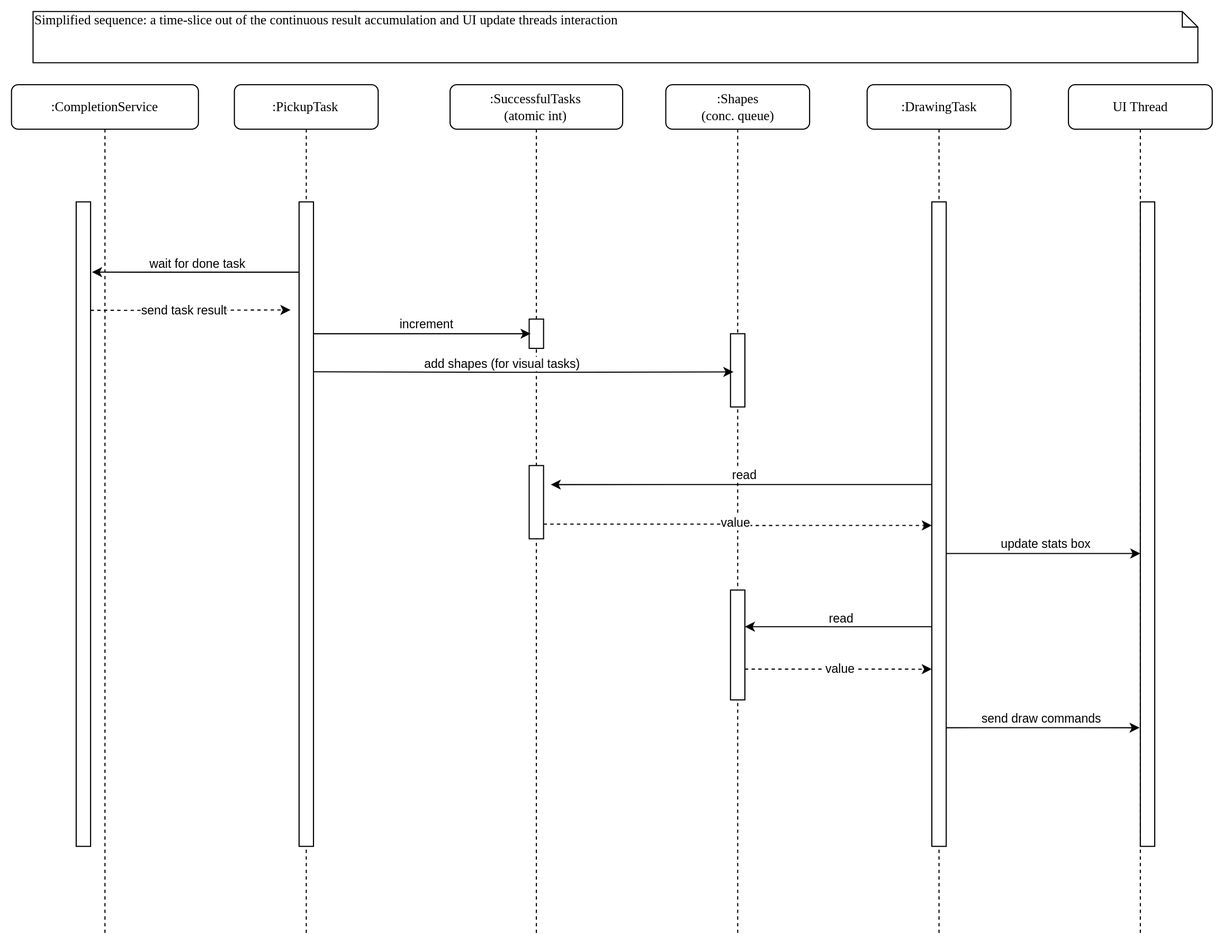
This is images/threadoff-result-handling.svg from cdonhofer/ThreadOff, a draw.io export, as it was before one commit. Source tidied: cells renumbered, new cells last; positions are measured from the earlier drawing's top-left corner, leaving out a move shared by most shapes.
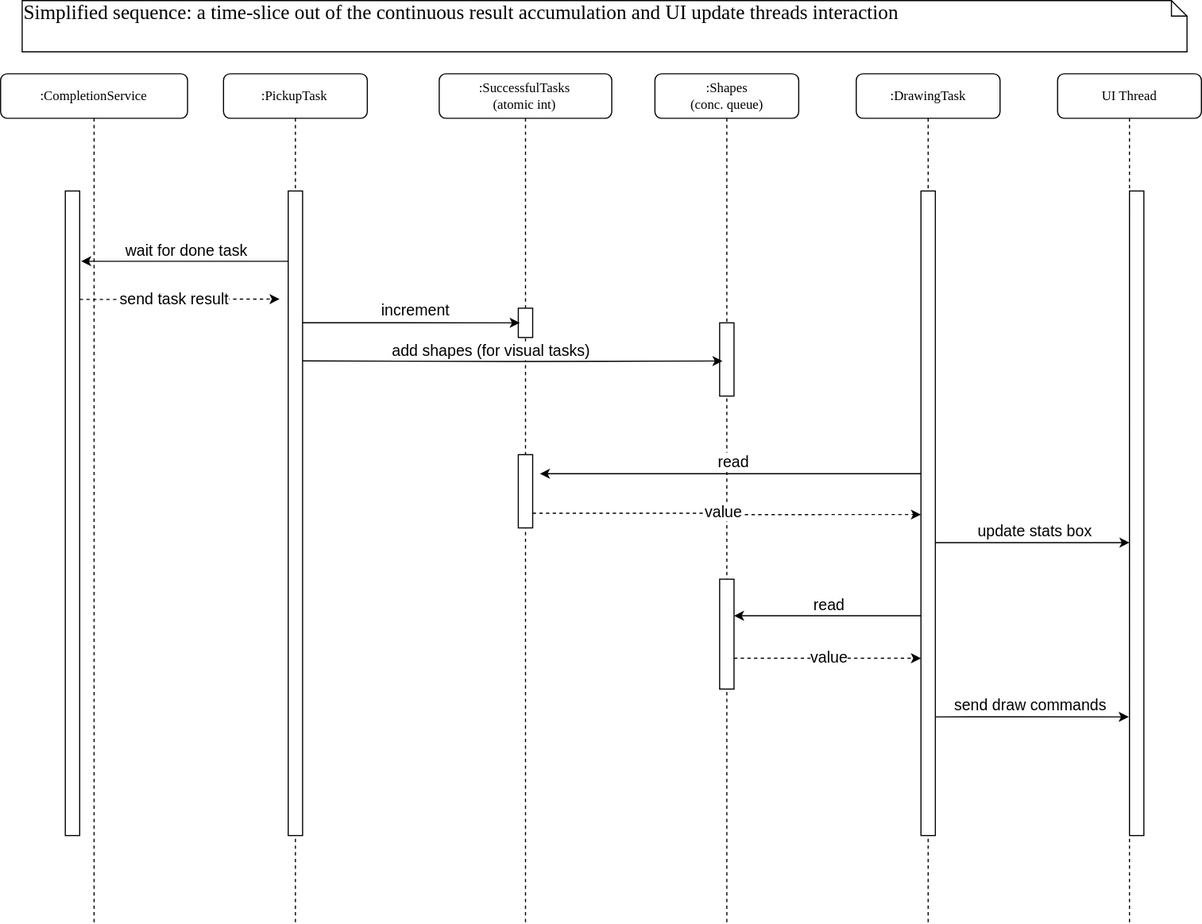
Above is the later version.

Diff of the diagram source:
```diff
@@ -44,7 +44,7 @@
     <mxCell id="15" style="html=1;points=[];perimeter=orthogonalPerimeter;rounded=0;shadow=0;comic=0;labelBackgroundColor=none;strokeWidth=1;fontFamily=Verdana;fontSize=12;align=center;" parent="1" vertex="1">
       <mxGeometry x="1015.3" y="171.3" width="12.9" height="579.7" as="geometry" />
     </mxCell>
-    <mxCell id="16" value="Simplified sequence: a time-slice out of the continuous result accumulation and UI update threads interaction" style="shape=note;whiteSpace=wrap;html=1;size=14;verticalAlign=top;align=left;spacingTop=-6;rounded=0;shadow=0;comic=0;labelBackgroundColor=none;strokeWidth=1;fontFamily=Verdana;fontSize=12;" parent="1" vertex="1">
+    <mxCell id="16" value="&lt;font style=&quot;font-size: 18px;&quot;&gt;Simplified sequence: a time-slice out of the continuous result accumulation and UI update threads interaction&lt;/font&gt;" style="shape=note;whiteSpace=wrap;html=1;size=14;verticalAlign=top;align=left;spacingTop=-6;rounded=0;shadow=0;comic=0;labelBackgroundColor=none;strokeWidth=1;fontFamily=Verdana;fontSize=12;" parent="1" vertex="1">
       <mxGeometry x="19.4" width="1047.7" height="46.1" as="geometry" />
     </mxCell>
     <mxCell id="17" style="edgeStyle=orthogonalEdgeStyle;rounded=0;orthogonalLoop=1;jettySize=auto;html=1;entryX=0.2;entryY=0.417;entryDx=0;entryDy=0;entryPerimeter=0;" parent="1" edge="1">
@@ -53,9 +53,9 @@
         <mxPoint x="649.3" y="324.2" as="targetPoint" />
       </mxGeometry>
     </mxCell>
-    <mxCell id="18" value="add shapes (for visual tasks)" style="edgeLabel;html=1;align=center;verticalAlign=middle;" parent="17" vertex="1">
+    <mxCell id="18" value="&lt;font style=&quot;font-size: 14px;&quot;&gt;add shapes (for visual tasks)&lt;/font&gt;" style="edgeLabel;html=1;align=center;verticalAlign=middle;" parent="17" vertex="1">
       <mxGeometry x="-0.1" y="-1" relative="1" as="geometry">
-        <mxPoint y="-9" as="offset" />
+        <mxPoint y="-11" as="offset" />
       </mxGeometry>
     </mxCell>
     <mxCell id="19" style="edgeStyle=orthogonalEdgeStyle;rounded=0;orthogonalLoop=1;jettySize=auto;html=1;entryX=-0.6;entryY=0.178;entryDx=0;entryDy=0;entryPerimeter=0;dashed=1;" parent="1" edge="1">
@@ -68,7 +68,7 @@
         </Array>
       </mxGeometry>
     </mxCell>
-    <mxCell id="20" value="send task result" style="edgeLabel;html=1;align=center;verticalAlign=middle;" parent="19" vertex="1">
+    <mxCell id="20" value="&lt;font style=&quot;font-size: 14px;&quot;&gt;send task result&lt;/font&gt;" style="edgeLabel;html=1;align=center;verticalAlign=middle;" parent="19" vertex="1">
       <mxGeometry x="-0.07" relative="1" as="geometry" />
     </mxCell>
     <mxCell id="21" style="edgeStyle=orthogonalEdgeStyle;rounded=0;jettySize=auto;html=1;entryX=1.5;entryY=0.26;entryDx=0;entryDy=0;entryPerimeter=0;" parent="1" edge="1" source="10" target="6">
@@ -79,9 +79,9 @@
         </Array>
       </mxGeometry>
     </mxCell>
-    <mxCell id="22" value="&lt;div&gt;read&lt;/div&gt;" style="edgeLabel;html=1;align=center;verticalAlign=middle;" parent="21" vertex="1">
+    <mxCell id="22" value="&lt;div style=&quot;font-size: 14px;&quot;&gt;&lt;font style=&quot;font-size: 14px;&quot;&gt;read&lt;/font&gt;&lt;/div&gt;" style="edgeLabel;html=1;align=center;verticalAlign=middle;" parent="21" vertex="1">
       <mxGeometry x="-0.01" relative="1" as="geometry">
-        <mxPoint y="-9" as="offset" />
+        <mxPoint y="-11" as="offset" />
       </mxGeometry>
     </mxCell>
     <mxCell id="23" style="edgeStyle=orthogonalEdgeStyle;rounded=0;jettySize=auto;html=1;entryX=0;entryY=0.502;entryDx=0;entryDy=0;entryPerimeter=0;dashed=1;" parent="1" edge="1" source="6" target="10">
@@ -91,7 +91,7 @@
         </Array>
       </mxGeometry>
     </mxCell>
-    <mxCell id="24" value="value" style="edgeLabel;html=1;align=center;verticalAlign=middle;" parent="23" vertex="1">
+    <mxCell id="24" value="&lt;font style=&quot;font-size: 14px;&quot;&gt;value&lt;/font&gt;" style="edgeLabel;html=1;align=center;verticalAlign=middle;" parent="23" vertex="1">
       <mxGeometry x="-0.02" y="2" relative="1" as="geometry" />
     </mxCell>
     <mxCell id="25" style="edgeStyle=orthogonalEdgeStyle;rounded=0;jettySize=auto;html=1;entryX=1.1;entryY=0.109;entryDx=0;entryDy=0;entryPerimeter=0;" parent="1" edge="1" source="3" target="13">
@@ -102,9 +102,9 @@
         </Array>
       </mxGeometry>
     </mxCell>
-    <mxCell id="26" value="wait for done task" style="edgeLabel;html=1;align=center;verticalAlign=middle;" parent="25" vertex="1">
+    <mxCell id="26" value="&lt;font style=&quot;font-size: 14px;&quot;&gt;wait for done task&lt;/font&gt;" style="edgeLabel;html=1;align=center;verticalAlign=middle;" parent="25" vertex="1">
       <mxGeometry x="-0.01" y="-6" relative="1" as="geometry">
-        <mxPoint y="-2" as="offset" />
+        <mxPoint y="-4" as="offset" />
       </mxGeometry>
     </mxCell>
     <mxCell id="27" style="edgeStyle=orthogonalEdgeStyle;rounded=0;jettySize=auto;html=1;" parent="1" edge="1" source="10" target="15">
@@ -115,9 +115,9 @@
         </Array>
       </mxGeometry>
     </mxCell>
-    <mxCell id="28" value="update stats box" style="edgeLabel;html=1;align=center;verticalAlign=middle;" parent="27" vertex="1">
+    <mxCell id="28" value="&lt;font style=&quot;font-size: 14px;&quot;&gt;update stats box&lt;/font&gt;" style="edgeLabel;html=1;align=center;verticalAlign=middle;" parent="27" vertex="1">
       <mxGeometry x="0.02" y="1" relative="1" as="geometry">
-        <mxPoint y="-8" as="offset" />
+        <mxPoint y="-10" as="offset" />
       </mxGeometry>
     </mxCell>
     <mxCell id="29" style="edgeStyle=orthogonalEdgeStyle;rounded=0;jettySize=auto;html=1;" parent="1" edge="1" source="10" target="8">
@@ -128,9 +128,9 @@
         </Array>
       </mxGeometry>
     </mxCell>
-    <mxCell id="30" value="read" style="edgeLabel;html=1;align=center;verticalAlign=middle;" parent="29" vertex="1">
+    <mxCell id="30" value="&lt;font style=&quot;font-size: 14px;&quot;&gt;read&lt;/font&gt;" style="edgeLabel;html=1;align=center;verticalAlign=middle;" parent="29" vertex="1">
       <mxGeometry x="-0.02" y="-2" relative="1" as="geometry">
-        <mxPoint y="-6" as="offset" />
+        <mxPoint y="-8" as="offset" />
       </mxGeometry>
     </mxCell>
     <mxCell id="31" style="edgeStyle=orthogonalEdgeStyle;rounded=0;jettySize=auto;html=1;entryX=0;entryY=0.725;entryDx=0;entryDy=0;entryPerimeter=0;dashed=1;" parent="1" edge="1" source="8" target="10">
@@ -141,7 +141,7 @@
         </Array>
       </mxGeometry>
     </mxCell>
-    <mxCell id="32" value="value" style="edgeLabel;html=1;align=center;verticalAlign=middle;" parent="31" vertex="1">
+    <mxCell id="32" value="&lt;font style=&quot;font-size: 14px;&quot;&gt;value&lt;/font&gt;" style="edgeLabel;html=1;align=center;verticalAlign=middle;" parent="31" vertex="1">
       <mxGeometry x="0.02" y="-3" relative="1" as="geometry">
         <mxPoint y="-4" as="offset" />
       </mxGeometry>
@@ -156,9 +156,9 @@
         </Array>
       </mxGeometry>
     </mxCell>
-    <mxCell id="34" value="send draw commands" style="edgeLabel;html=1;align=center;verticalAlign=middle;" parent="33" vertex="1">
+    <mxCell id="34" value="&lt;font style=&quot;font-size: 14px;&quot;&gt;send draw commands&lt;/font&gt;" style="edgeLabel;html=1;align=center;verticalAlign=middle;" parent="33" vertex="1">
       <mxGeometry x="-0.02" y="2" relative="1" as="geometry">
-        <mxPoint y="-7" as="offset" />
+        <mxPoint y="-9" as="offset" />
       </mxGeometry>
     </mxCell>
     <mxCell id="35" style="edgeStyle=orthogonalEdgeStyle;rounded=0;jettySize=auto;html=1;entryX=0.1;entryY=0.5;entryDx=0;entryDy=0;entryPerimeter=0;" parent="1" edge="1" source="3" target="5">
@@ -169,9 +169,9 @@
         </Array>
       </mxGeometry>
     </mxCell>
-    <mxCell id="36" value="increment" style="edgeLabel;html=1;align=center;verticalAlign=middle;arcSize=20;" parent="35" vertex="1">
+    <mxCell id="36" value="&lt;font style=&quot;font-size: 14px;&quot;&gt;increment&lt;/font&gt;" style="edgeLabel;html=1;align=center;verticalAlign=middle;arcSize=20;" parent="35" vertex="1">
       <mxGeometry x="0.03" y="-1" relative="1" as="geometry">
-        <mxPoint y="-10" as="offset" />
+        <mxPoint y="-12" as="offset" />
       </mxGeometry>
     </mxCell>
   </root>
```
